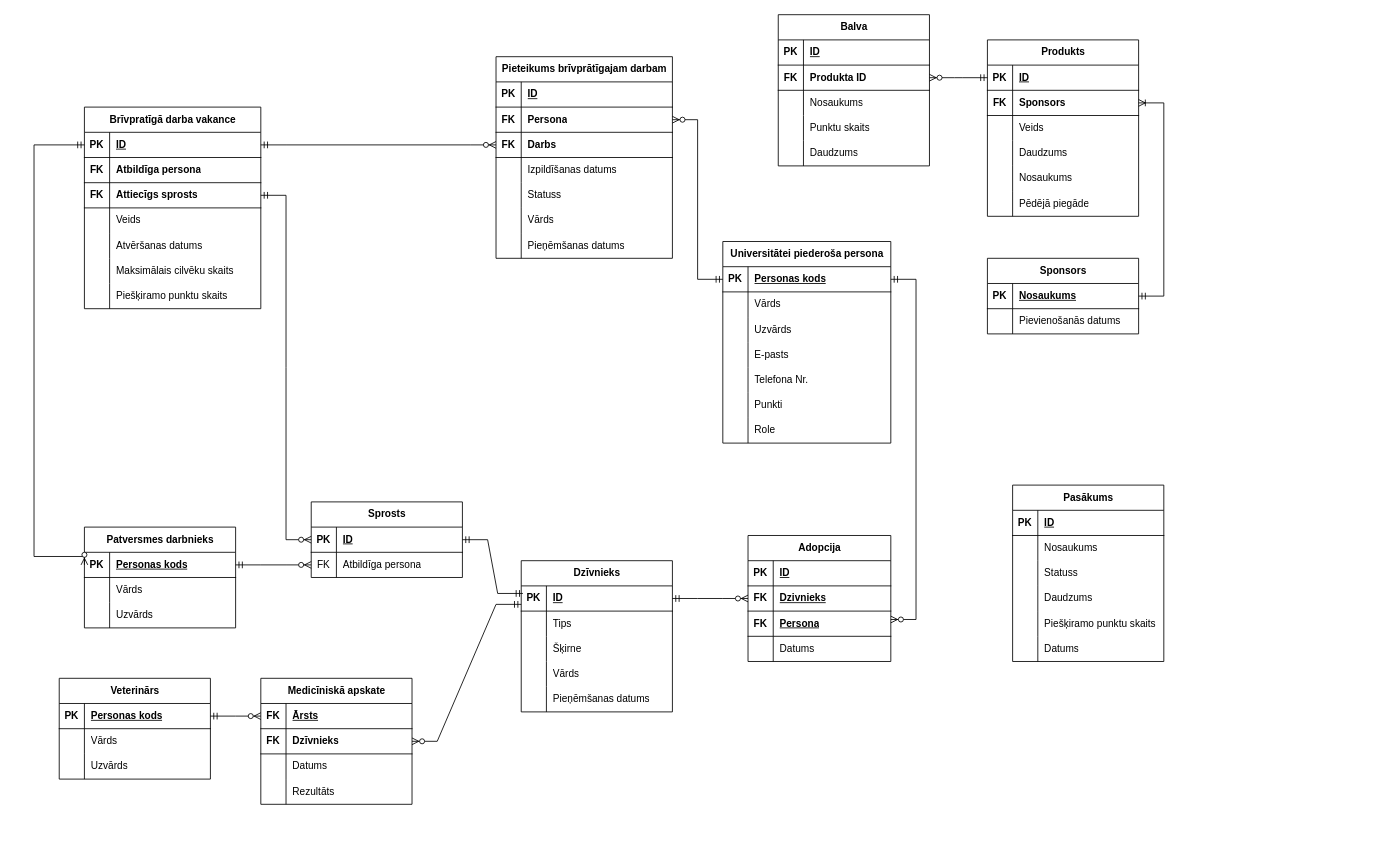
Boris-Zalov/richat keeps this draw.io diagram as Animal shelter.drawio. Above is the earlier version. Source tidied: cells renumbered, new cells numbered last; positions are measured from the earlier drawing's top-left corner, leaving out a move shared by most shapes. Both pictures are drawn from the tidied source at 84%, with x=0, y=0 at pixel (34, 14).
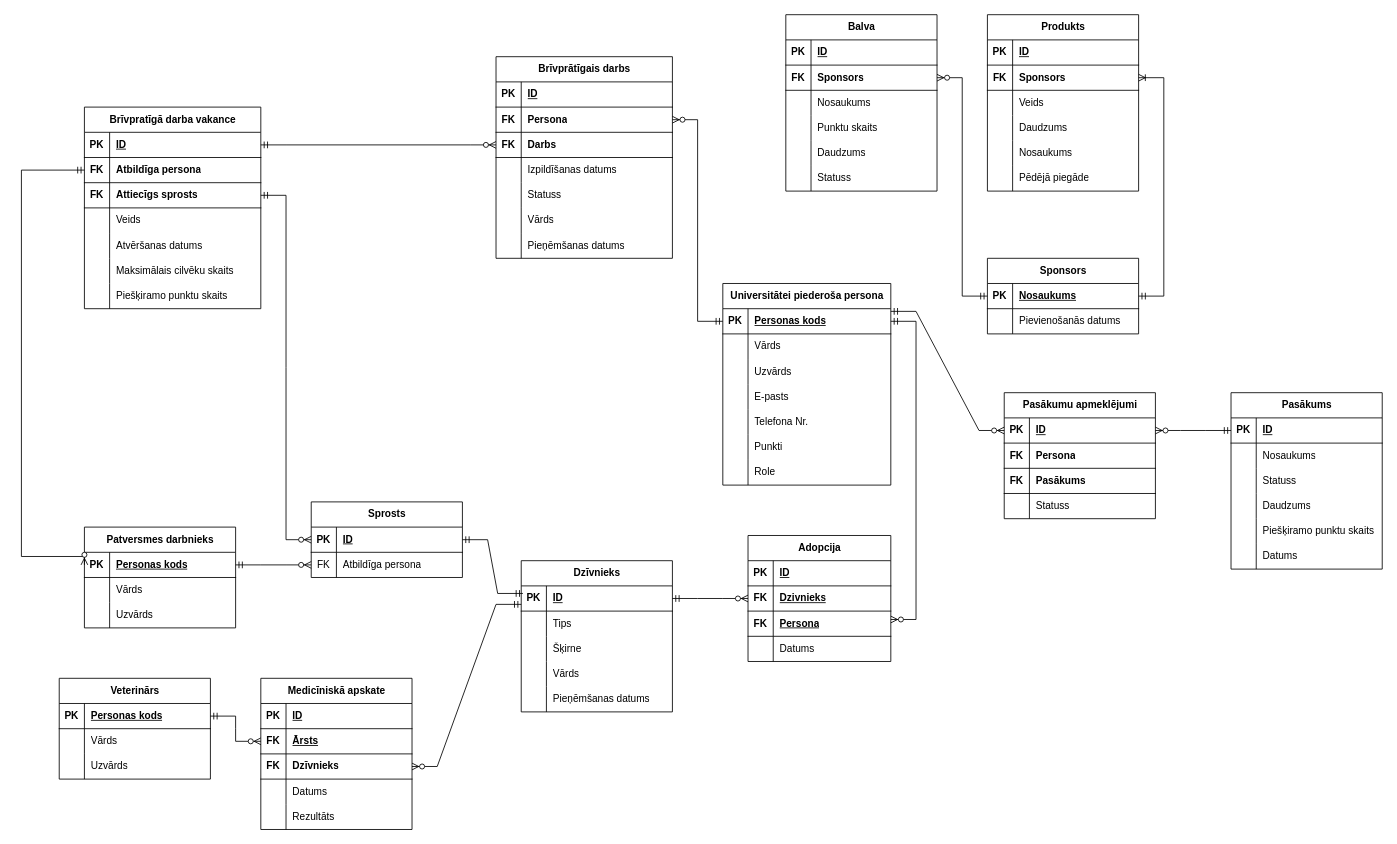
The same page after the edit.

Unchanged cells that the change refers to:
```xml
<mxCell id="3" style="shape=tableRow;horizontal=0;startSize=0;swimlaneHead=0;swimlaneBody=0;fillColor=none;points=[[0,0.5],[1,0.5]];portConstraint=eastwest;top=0;left=0;right=0;bottom=1;" parent="2" vertex="1">
  <mxGeometry y="30" width="180" height="30" as="geometry" />
</mxCell>
<mxCell id="10" style="shape=tableRow;horizontal=0;startSize=0;swimlaneHead=0;swimlaneBody=0;fillColor=none;points=[[0,0.5],[1,0.5]];portConstraint=eastwest;top=0;left=0;right=0;bottom=1;" parent="9" vertex="1">
  <mxGeometry y="30" width="180" height="30" as="geometry" />
</mxCell>
<mxCell id="32" style="shape=tableRow;horizontal=0;startSize=0;swimlaneHead=0;swimlaneBody=0;fillColor=none;points=[[0,0.5],[1,0.5]];portConstraint=eastwest;top=0;left=0;right=0;bottom=1;" parent="28" vertex="1">
  <mxGeometry y="60" width="180" height="30" as="geometry" />
</mxCell>
<mxCell id="102" style="shape=tableRow;horizontal=0;startSize=0;swimlaneHead=0;swimlaneBody=0;fillColor=none;points=[[0,0.5],[1,0.5]];portConstraint=eastwest;top=0;left=0;right=0;bottom=1;" parent="101" vertex="1">
  <mxGeometry y="30" width="180" height="30" as="geometry" />
</mxCell>
<mxCell id="121" style="shape=tableRow;horizontal=0;startSize=0;swimlaneHead=0;swimlaneBody=0;fillColor=none;points=[[0,0.5],[1,0.5]];portConstraint=eastwest;top=0;left=0;right=0;bottom=1;" parent="120" vertex="1">
  <mxGeometry y="30" width="200" height="30" as="geometry" />
</mxCell>
<mxCell id="174" style="shape=tableRow;horizontal=0;startSize=0;swimlaneHead=0;swimlaneBody=0;fillColor=none;points=[[0,0.5],[1,0.5]];portConstraint=eastwest;top=0;left=0;right=0;bottom=1;fontStyle=4;" parent="173" vertex="1">
  <mxGeometry y="30" width="210" height="30" as="geometry" />
</mxCell>
<mxCell id="177" style="shape=tableRow;horizontal=0;startSize=0;swimlaneHead=0;swimlaneBody=0;fillColor=none;points=[[0,0.5],[1,0.5]];portConstraint=eastwest;top=0;left=0;right=0;bottom=1;" parent="173" vertex="1">
  <mxGeometry y="60" width="210" height="30" as="geometry" />
</mxCell>
<mxCell id="199" style="shape=tableRow;horizontal=0;startSize=0;swimlaneHead=0;swimlaneBody=0;fillColor=none;points=[[0,0.5],[1,0.5]];portConstraint=eastwest;top=0;left=0;right=0;bottom=1;" parent="198" vertex="1">
  <mxGeometry y="30" width="180" height="30" as="geometry" />
</mxCell>
```

The edit, as a diff of the source:
```diff
@@
     <mxCell id="9" value="Produkts" style="shape=table;startSize=30;childLayout=tableLayout;rowLines=0;fontStyle=1;align=center;html=1;" parent="1" vertex="1">
-      <mxGeometry x="1135" y="30" width="180" height="210" as="geometry" />
+      <mxGeometry x="1135" width="180" height="210" as="geometry" />
     </mxCell>
@@
     <mxCell id="28" value="Balva" style="shape=table;startSize=30;childLayout=tableLayout;rowLines=0;fontStyle=1;align=center;html=1;" parent="1" vertex="1">
-      <mxGeometry x="886" width="180" height="180" as="geometry" />
+      <mxGeometry x="895" width="180" height="210" as="geometry" />
     </mxCell>
@@
-    <mxCell id="34" value="Produkta ID" style="shape=partialRectangle;fillColor=none;top=0;left=0;bottom=0;right=0;align=left;spacingLeft=6;fontStyle=1;overflow=hidden;whiteSpace=wrap;html=1;" parent="32" vertex="1">
+    <mxCell id="34" value="Sponsors" style="shape=partialRectangle;fillColor=none;top=0;left=0;bottom=0;right=0;align=left;spacingLeft=6;fontStyle=1;overflow=hidden;whiteSpace=wrap;html=1;" parent="32" vertex="1">
       <mxGeometry x="30" width="150" height="30" as="geometry" />
     </mxCell>
@@
+    <mxCell id="210" style="shape=tableRow;horizontal=0;startSize=0;swimlaneHead=0;swimlaneBody=0;fillColor=none;top=0;left=0;right=0;bottom=0;" parent="28" vertex="1">
+      <mxGeometry y="180" width="180" height="30" as="geometry" />
+    </mxCell>
+    <mxCell id="211" style="shape=partialRectangle;fillColor=none;top=0;left=0;bottom=0;right=0;overflow=hidden;whiteSpace=wrap;html=1;" parent="210" vertex="1">
+      <mxGeometry width="30" height="30" as="geometry" />
+    </mxCell>
+    <mxCell id="212" value="Statuss" style="shape=partialRectangle;fillColor=none;top=0;left=0;bottom=0;right=0;align=left;spacingLeft=6;overflow=hidden;whiteSpace=wrap;html=1;" parent="210" vertex="1">
+      <mxGeometry x="30" width="150" height="30" as="geometry" />
+    </mxCell>
@@
     <mxCell id="54" value="Medicīniskā apskate" style="shape=table;startSize=30;childLayout=tableLayout;rowLines=0;fontStyle=1;align=center;html=1;" parent="1" vertex="1">
-      <mxGeometry x="270" y="790" width="180" height="150" as="geometry" />
+      <mxGeometry x="270" y="790" width="180" height="180" as="geometry" />
     </mxCell>
+    <mxCell id="213" style="shape=tableRow;horizontal=0;startSize=0;swimlaneHead=0;swimlaneBody=0;fillColor=none;top=0;left=0;right=0;bottom=1;" parent="54" vertex="1">
+      <mxGeometry y="30" width="180" height="30" as="geometry" />
+    </mxCell>
+    <mxCell id="214" value="PK" style="shape=partialRectangle;fillColor=none;top=0;left=0;bottom=0;right=0;fontStyle=1;overflow=hidden;whiteSpace=wrap;html=1;" parent="213" vertex="1">
+      <mxGeometry width="30" height="30" as="geometry" />
+    </mxCell>
+    <mxCell id="215" value="ID" style="shape=partialRectangle;fillColor=none;top=0;left=0;bottom=0;right=0;align=left;spacingLeft=6;fontStyle=5;overflow=hidden;whiteSpace=wrap;html=1;" parent="213" vertex="1">
+      <mxGeometry x="30" width="150" height="30" as="geometry" />
+    </mxCell>
     <mxCell id="55" style="shape=tableRow;horizontal=0;startSize=0;swimlaneHead=0;swimlaneBody=0;fillColor=none;points=[[0,0.5],[1,0.5]];portConstraint=eastwest;top=0;left=0;right=0;bottom=1;" parent="54" vertex="1">
-      <mxGeometry y="30" width="180" height="30" as="geometry" />
+      <mxGeometry y="60" width="180" height="30" as="geometry" />
     </mxCell>
@@
     <mxCell id="58" style="shape=tableRow;horizontal=0;startSize=0;swimlaneHead=0;swimlaneBody=0;fillColor=none;points=[[0,0.5],[1,0.5]];portConstraint=eastwest;top=0;left=0;right=0;bottom=1;" parent="54" vertex="1">
-      <mxGeometry y="60" width="180" height="30" as="geometry" />
+      <mxGeometry y="90" width="180" height="30" as="geometry" />
     </mxCell>
@@
     <mxCell id="61" style="shape=tableRow;horizontal=0;startSize=0;swimlaneHead=0;swimlaneBody=0;fillColor=none;top=0;left=0;right=0;bottom=0;" parent="54" vertex="1">
-      <mxGeometry y="90" width="180" height="30" as="geometry" />
+      <mxGeometry y="120" width="180" height="30" as="geometry" />
     </mxCell>
@@
     <mxCell id="64" style="shape=tableRow;horizontal=0;startSize=0;swimlaneHead=0;swimlaneBody=0;fillColor=none;top=0;left=0;right=0;bottom=0;" parent="54" vertex="1">
-      <mxGeometry y="120" width="180" height="30" as="geometry" />
+      <mxGeometry y="150" width="180" height="30" as="geometry" />
     </mxCell>
@@
-    <mxCell id="100" style="edgeStyle=entityRelationEdgeStyle;fontSize=12;html=1;endArrow=ERzeroToMany;startArrow=ERmandOne;rounded=0;exitX=0;exitY=0.5;exitDx=0;exitDy=0;entryX=1;entryY=0.5;entryDx=0;entryDy=0;" parent="1" edge="1" source="10" target="32">
+    <mxCell id="100" style="edgeStyle=entityRelationEdgeStyle;fontSize=12;html=1;endArrow=ERzeroToMany;startArrow=ERmandOne;rounded=0;entryX=1;entryY=0.5;entryDx=0;entryDy=0;exitX=0;exitY=0.5;exitDx=0;exitDy=0;" parent="1" edge="1" source="3" target="32">
       <mxGeometry relative="1" as="geometry">
         <Array as="points">
           <mxPoint x="855" y="320" />
           <mxPoint x="945" y="310" />
           <mxPoint x="1025" y="210" />
         </Array>
       </mxGeometry>
     </mxCell>
     <mxCell id="101" value="Pasākums" style="shape=table;startSize=30;childLayout=tableLayout;rowLines=0;fontStyle=1;align=center;html=1;" parent="1" vertex="1">
-      <mxGeometry x="1165" y="560" width="180" height="210" as="geometry" />
+      <mxGeometry x="1425" y="450" width="180" height="210" as="geometry" />
     </mxCell>
@@
     <mxCell id="120" value="Universitātei piederoša persona" style="shape=table;startSize=30;childLayout=tableLayout;rowLines=0;fontStyle=1;align=center;html=1;" parent="1" vertex="1">
-      <mxGeometry x="820" y="270" width="200" height="240" as="geometry" />
+      <mxGeometry x="820" y="320" width="200" height="240" as="geometry" />
     </mxCell>
@@
-    <mxCell id="151" value="Pieteikums brīvprātīgajam darbam" style="shape=table;startSize=30;childLayout=tableLayout;rowLines=0;fontStyle=1;align=center;html=1;" parent="1" vertex="1">
+    <mxCell id="151" value="Brīvprātīgais darbs" style="shape=table;startSize=30;childLayout=tableLayout;rowLines=0;fontStyle=1;align=center;html=1;" parent="1" vertex="1">
       <mxGeometry x="550" y="50" width="210" height="240" as="geometry" />
     </mxCell>
@@
-    <mxCell id="209" style="edgeStyle=orthogonalEdgeStyle;fontSize=12;html=1;endArrow=ERzeroToMany;startArrow=ERmandOne;rounded=0;entryX=0;entryY=0.5;entryDx=0;entryDy=0;exitX=0;exitY=0.5;exitDx=0;exitDy=0;" parent="1" edge="1" source="174" target="199">
+    <mxCell id="209" style="edgeStyle=orthogonalEdgeStyle;fontSize=12;html=1;endArrow=ERzeroToMany;startArrow=ERmandOne;rounded=0;entryX=0;entryY=0.5;entryDx=0;entryDy=0;exitX=0;exitY=0.5;exitDx=0;exitDy=0;" parent="1" edge="1" source="177" target="199">
       <mxGeometry relative="1" as="geometry">
         <Array as="points">
-          <mxPoint y="155" />
-          <mxPoint y="645" />
+          <mxPoint x="-15" y="185" />
+          <mxPoint x="-15" y="645" />
+          <mxPoint x="60" y="645" />
         </Array>
       </mxGeometry>
     </mxCell>
+    <mxCell id="216" value="Pasākumu apmeklējumi" style="shape=table;startSize=30;childLayout=tableLayout;rowLines=0;fontStyle=1;align=center;html=1;" parent="1" vertex="1">
+      <mxGeometry x="1155" y="450" width="180" height="150" as="geometry" />
+    </mxCell>
+    <mxCell id="217" style="shape=tableRow;horizontal=0;startSize=0;swimlaneHead=0;swimlaneBody=0;fillColor=none;points=[[0,0.5],[1,0.5]];portConstraint=eastwest;top=0;left=0;right=0;bottom=1;" parent="216" vertex="1">
+      <mxGeometry y="30" width="180" height="30" as="geometry" />
+    </mxCell>
+    <mxCell id="218" value="PK" style="shape=partialRectangle;fillColor=none;top=0;left=0;bottom=0;right=0;fontStyle=1;overflow=hidden;whiteSpace=wrap;html=1;" parent="217" vertex="1">
+      <mxGeometry width="30" height="30" as="geometry" />
+    </mxCell>
+    <mxCell id="219" value="ID" style="shape=partialRectangle;fillColor=none;top=0;left=0;bottom=0;right=0;align=left;spacingLeft=6;fontStyle=5;overflow=hidden;whiteSpace=wrap;html=1;" parent="217" vertex="1">
+      <mxGeometry x="30" width="150" height="30" as="geometry" />
+    </mxCell>
+    <mxCell id="220" style="shape=tableRow;horizontal=0;startSize=0;swimlaneHead=0;swimlaneBody=0;fillColor=none;top=0;left=0;right=0;bottom=1;" parent="216" vertex="1">
+      <mxGeometry y="60" width="180" height="30" as="geometry" />
+    </mxCell>
+    <mxCell id="221" value="FK" style="shape=partialRectangle;fillColor=none;top=0;left=0;bottom=0;right=0;fontStyle=1;overflow=hidden;whiteSpace=wrap;html=1;" parent="220" vertex="1">
+      <mxGeometry width="30" height="30" as="geometry" />
+    </mxCell>
+    <mxCell id="222" value="Persona" style="shape=partialRectangle;fillColor=none;top=0;left=0;bottom=0;right=0;align=left;spacingLeft=6;fontStyle=1;overflow=hidden;whiteSpace=wrap;html=1;" parent="220" vertex="1">
+      <mxGeometry x="30" width="150" height="30" as="geometry" />
+    </mxCell>
+    <mxCell id="223" style="shape=tableRow;horizontal=0;startSize=0;swimlaneHead=0;swimlaneBody=0;fillColor=none;top=0;left=0;right=0;bottom=1;" parent="216" vertex="1">
+      <mxGeometry y="90" width="180" height="30" as="geometry" />
+    </mxCell>
+    <mxCell id="224" value="FK" style="shape=partialRectangle;fillColor=none;top=0;left=0;bottom=0;right=0;fontStyle=1;overflow=hidden;whiteSpace=wrap;html=1;" parent="223" vertex="1">
+      <mxGeometry width="30" height="30" as="geometry" />
+    </mxCell>
+    <mxCell id="225" value="Pasākums" style="shape=partialRectangle;fillColor=none;top=0;left=0;bottom=0;right=0;align=left;spacingLeft=6;fontStyle=1;overflow=hidden;whiteSpace=wrap;html=1;" parent="223" vertex="1">
+      <mxGeometry x="30" width="150" height="30" as="geometry" />
+    </mxCell>
+    <mxCell id="226" style="shape=tableRow;horizontal=0;startSize=0;swimlaneHead=0;swimlaneBody=0;fillColor=none;top=0;left=0;right=0;bottom=0;" parent="216" vertex="1">
+      <mxGeometry y="120" width="180" height="30" as="geometry" />
+    </mxCell>
+    <mxCell id="227" style="shape=partialRectangle;fillColor=none;top=0;left=0;bottom=0;right=0;overflow=hidden;whiteSpace=wrap;html=1;" parent="226" vertex="1">
+      <mxGeometry width="30" height="30" as="geometry" />
+    </mxCell>
+    <mxCell id="228" value="Statuss" style="shape=partialRectangle;fillColor=none;top=0;left=0;bottom=0;right=0;align=left;spacingLeft=6;overflow=hidden;whiteSpace=wrap;html=1;" parent="226" vertex="1">
+      <mxGeometry x="30" width="150" height="30" as="geometry" />
+    </mxCell>
+    <mxCell id="229" style="edgeStyle=entityRelationEdgeStyle;fontSize=12;html=1;endArrow=ERzeroToMany;startArrow=ERmandOne;rounded=0;exitX=1;exitY=0.106;exitDx=0;exitDy=0;exitPerimeter=0;entryX=0;entryY=0.5;entryDx=0;entryDy=0;" parent="1" edge="1" source="121" target="217">
+      <mxGeometry relative="1" as="geometry" />
+    </mxCell>
+    <mxCell id="230" style="edgeStyle=entityRelationEdgeStyle;fontSize=12;html=1;endArrow=ERzeroToMany;startArrow=ERmandOne;rounded=0;entryX=1;entryY=0.5;entryDx=0;entryDy=0;exitX=0;exitY=0.5;exitDx=0;exitDy=0;" parent="1" edge="1" source="102" target="217">
+      <mxGeometry relative="1" as="geometry" />
+    </mxCell>
```
